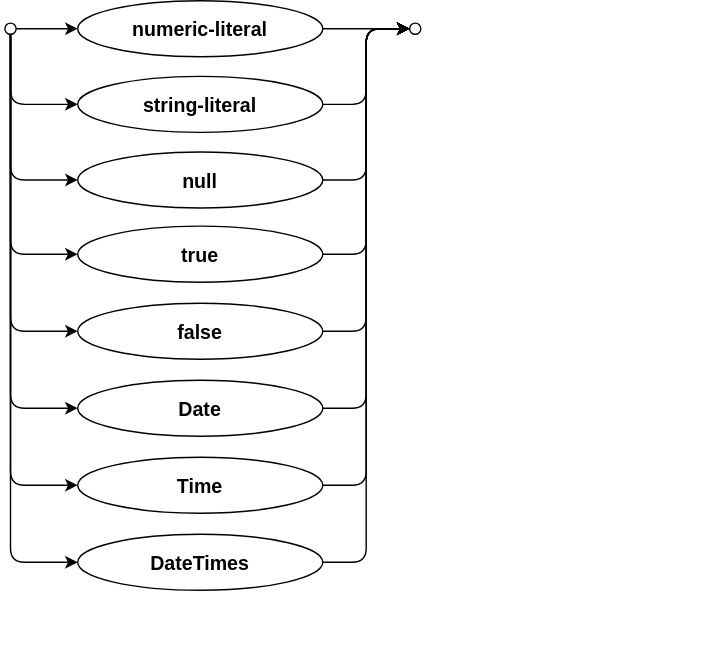
The draw.io diagram cds/assets/cxl/literal-value.drawio.svg in capire/docs, before a commit. Source tidied: cells renumbered, new cells last; positions are measured from the earlier drawing's top-left corner, leaving out a move shared by most shapes.
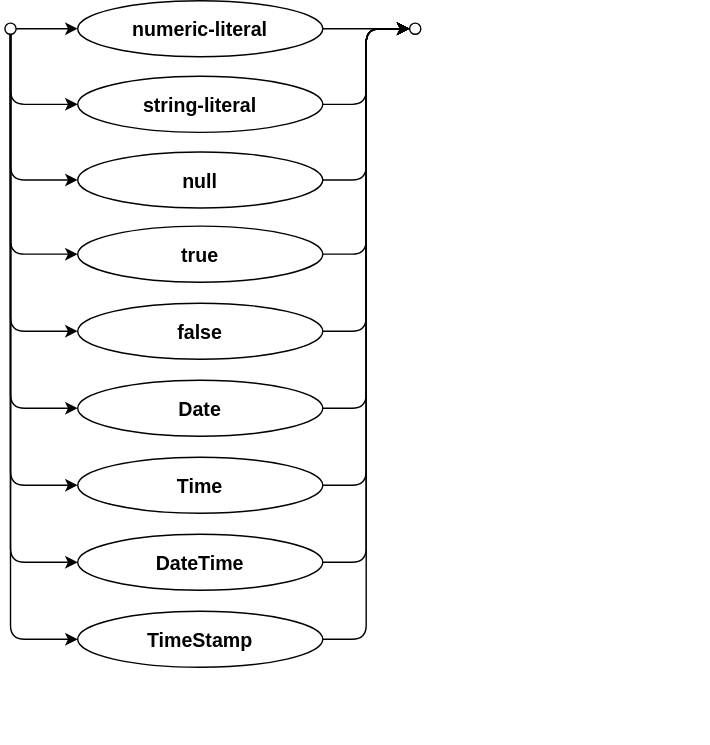
After the change.

Commit message:
apply review feedback

Change to the diagram source:
```diff
@@ -3,7 +3,7 @@
     <mxCell id="0" />
     <mxCell id="1" parent="0" />
     <mxCell id="2" value="Best viewed with the &lt;a href=&quot;https://github.com/ariel-bentu/tam-drawio&quot;&gt;TAM plugin&lt;/a&gt;" style="text;html=1;shape=tamPluginMissing;" parent="1" vertex="1">
-      <mxGeometry x="303" y="451" width="200" height="25" as="geometry" />
+      <mxGeometry x="303" y="506" width="200" height="25" as="geometry" />
     </mxCell>
     <mxCell id="3" style="edgeStyle=none;strokeWidth=1;fontSize=14;verticalAlign=middle;fontStyle=1;textDirection=ltr;entryX=0;entryY=0.5;entryDx=0;entryDy=0;" parent="1" edge="1" source="4" target="11">
       <mxGeometry relative="1" as="geometry" />
@@ -66,7 +66,7 @@
     <mxCell id="21" value="Time" style="ellipse;align=center;newEdgeStyle={&quot;edgeStyle&quot;:&quot;entityRelationEdgeStyle&quot;,&quot;startArrow&quot;:&quot;none&quot;,&quot;endArrow&quot;:&quot;none&quot;,&quot;segment&quot;:10,&quot;curved&quot;:1,&quot;sourcePerimeterSpacing&quot;:0,&quot;targetPerimeterSpacing&quot;:0};strokeWidth=1;fontSize=14;verticalAlign=middle;fontStyle=1;textDirection=ltr;" parent="1" vertex="1">
       <mxGeometry x="52" y="326" width="175" height="40" as="geometry" />
     </mxCell>
-    <mxCell id="22" value="DateTimes" style="ellipse;align=center;newEdgeStyle={&quot;edgeStyle&quot;:&quot;entityRelationEdgeStyle&quot;,&quot;startArrow&quot;:&quot;none&quot;,&quot;endArrow&quot;:&quot;none&quot;,&quot;segment&quot;:10,&quot;curved&quot;:1,&quot;sourcePerimeterSpacing&quot;:0,&quot;targetPerimeterSpacing&quot;:0};strokeWidth=1;fontSize=14;verticalAlign=middle;fontStyle=1;textDirection=ltr;" parent="1" vertex="1">
+    <mxCell id="22" value="DateTime" style="ellipse;align=center;newEdgeStyle={&quot;edgeStyle&quot;:&quot;entityRelationEdgeStyle&quot;,&quot;startArrow&quot;:&quot;none&quot;,&quot;endArrow&quot;:&quot;none&quot;,&quot;segment&quot;:10,&quot;curved&quot;:1,&quot;sourcePerimeterSpacing&quot;:0,&quot;targetPerimeterSpacing&quot;:0};strokeWidth=1;fontSize=14;verticalAlign=middle;fontStyle=1;textDirection=ltr;" parent="1" vertex="1">
       <mxGeometry x="52" y="381" width="175" height="40" as="geometry" />
     </mxCell>
     <mxCell id="23" style="edgeStyle=orthogonalEdgeStyle;rounded=1;jettySize=auto;html=1;exitX=0.5;exitY=1;exitDx=0;exitDy=0;entryX=0;entryY=0.5;entryDx=0;entryDy=0;startArrow=none;startFill=0;endArrow=classic;endFill=1;startSize=6;endSize=6;align=center;fontSize=12;labelBackgroundColor=none;" parent="1" edge="1" source="4" target="20">
@@ -87,5 +87,14 @@
     <mxCell id="28" style="edgeStyle=orthogonalEdgeStyle;rounded=1;jettySize=auto;html=1;exitX=1;exitY=0.5;exitDx=0;exitDy=0;entryX=0;entryY=0.5;entryDx=0;entryDy=0;startArrow=none;startFill=0;endArrow=classic;endFill=1;startSize=6;endSize=6;align=center;fontSize=12;labelBackgroundColor=none;" parent="1" edge="1" source="22" target="6">
       <mxGeometry relative="1" as="geometry" />
     </mxCell>
+    <mxCell id="29" value="TimeStamp" style="ellipse;align=center;newEdgeStyle={&quot;edgeStyle&quot;:&quot;entityRelationEdgeStyle&quot;,&quot;startArrow&quot;:&quot;none&quot;,&quot;endArrow&quot;:&quot;none&quot;,&quot;segment&quot;:10,&quot;curved&quot;:1,&quot;sourcePerimeterSpacing&quot;:0,&quot;targetPerimeterSpacing&quot;:0};strokeWidth=1;fontSize=14;verticalAlign=middle;fontStyle=1;textDirection=ltr;" parent="1" vertex="1">
+      <mxGeometry x="52" y="436" width="175" height="40" as="geometry" />
+    </mxCell>
+    <mxCell id="30" style="edgeStyle=orthogonalEdgeStyle;rounded=1;jettySize=auto;html=1;exitX=0.5;exitY=1;exitDx=0;exitDy=0;entryX=0;entryY=0.5;entryDx=0;entryDy=0;startArrow=none;startFill=0;endArrow=classic;endFill=1;startSize=6;endSize=6;align=center;fontSize=12;labelBackgroundColor=none;" parent="1" edge="1" source="4" target="29">
+      <mxGeometry relative="1" as="geometry" />
+    </mxCell>
+    <mxCell id="31" style="edgeStyle=orthogonalEdgeStyle;rounded=1;jettySize=auto;html=1;exitX=1;exitY=0.5;exitDx=0;exitDy=0;startArrow=none;startFill=0;endArrow=classic;endFill=1;startSize=6;endSize=6;align=center;fontSize=12;labelBackgroundColor=none;entryX=0;entryY=0.5;entryDx=0;entryDy=0;" parent="1" edge="1" source="29" target="6">
+      <mxGeometry relative="1" as="geometry" />
+    </mxCell>
   </root>
 </mxGraphModel>
```
